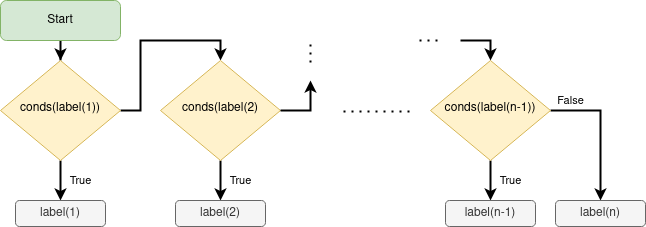
The draw.io diagram logic-based-classification/multi-label-selection.png in rparac/Thesis-Imperial-College, before a commit. Source tidied: cells renumbered, new cells last; positions are measured from the earlier drawing's top-left corner, leaving out a move shared by most shapes. Source of this version:
```xml
<mxGraphModel>
  <root>
    <mxCell id="0" />
    <mxCell id="1" parent="0" />
    <mxCell id="2" style="edgeStyle=orthogonalEdgeStyle;rounded=0;jettySize=auto;html=1;strokeWidth=2;" parent="1" edge="1" source="3" target="10">
      <mxGeometry relative="1" as="geometry" />
    </mxCell>
    <mxCell id="3" value="Start" style="rounded=1;whiteSpace=wrap;html=1;fontSize=12;glass=0;strokeWidth=1;shadow=0;fillColor=#d5e8d4;strokeColor=#82b366;" parent="1" vertex="1">
      <mxGeometry width="120" height="40" as="geometry" />
    </mxCell>
    <mxCell id="4" style="endArrow=none;dashed=1;html=1;dashPattern=1 3;strokeWidth=2;rounded=0;" parent="1" edge="1">
      <mxGeometry relative="1" as="geometry">
        <mxPoint x="343" y="111" as="sourcePoint" />
        <mxPoint x="413" y="111" as="targetPoint" />
      </mxGeometry>
    </mxCell>
    <mxCell id="5" value="True" style="edgeStyle=orthogonalEdgeStyle;rounded=0;jettySize=auto;html=1;exitX=0.5;exitY=1;exitDx=0;exitDy=0;entryX=0.5;entryY=0;entryDx=0;entryDy=0;strokeWidth=2;" parent="1" edge="1" source="7" target="18">
      <mxGeometry y="20" relative="1" as="geometry" />
    </mxCell>
    <mxCell id="6" value="&lt;div&gt;False&lt;/div&gt;" style="edgeStyle=orthogonalEdgeStyle;rounded=0;jettySize=auto;html=1;exitX=1;exitY=0.5;exitDx=0;exitDy=0;strokeWidth=2;entryX=0.5;entryY=0;entryDx=0;entryDy=0;" parent="1" edge="1" source="7" target="20">
      <mxGeometry x="-0.71" y="10" relative="1" as="geometry" />
    </mxCell>
    <mxCell id="7" value="conds(label(n-1))" style="rhombus;whiteSpace=wrap;html=1;shadow=0;fontFamily=Helvetica;fontSize=12;align=center;strokeWidth=1;spacing=6;spacingTop=-4;fillColor=#fff2cc;strokeColor=#d6b656;" parent="1" vertex="1">
      <mxGeometry x="430" y="60" width="120" height="100" as="geometry" />
    </mxCell>
    <mxCell id="8" style="edgeStyle=orthogonalEdgeStyle;rounded=0;jettySize=auto;html=1;exitX=1;exitY=0.5;exitDx=0;exitDy=0;entryX=0.5;entryY=0;entryDx=0;entryDy=0;strokeWidth=2;" parent="1" edge="1" source="10" target="12">
      <mxGeometry relative="1" as="geometry" />
    </mxCell>
    <mxCell id="9" value="&lt;div&gt;True&lt;/div&gt;" style="edgeStyle=orthogonalEdgeStyle;rounded=0;jettySize=auto;html=1;exitX=0.5;exitY=1;exitDx=0;exitDy=0;entryX=0.5;entryY=0;entryDx=0;entryDy=0;strokeWidth=2;" parent="1" edge="1" source="10" target="13">
      <mxGeometry y="20" relative="1" as="geometry" />
    </mxCell>
    <mxCell id="10" value="conds(label(1))" style="rhombus;whiteSpace=wrap;html=1;shadow=0;fontFamily=Helvetica;fontSize=12;align=center;strokeWidth=1;spacing=6;spacingTop=-4;fillColor=#fff2cc;strokeColor=#d6b656;" parent="1" vertex="1">
      <mxGeometry y="60" width="120" height="100" as="geometry" />
    </mxCell>
    <mxCell id="11" value="&lt;div&gt;True&lt;/div&gt;" style="edgeStyle=orthogonalEdgeStyle;rounded=0;jettySize=auto;html=1;exitX=0.5;exitY=1;exitDx=0;exitDy=0;entryX=0.5;entryY=0;entryDx=0;entryDy=0;strokeWidth=2;" parent="1" edge="1" source="12" target="19">
      <mxGeometry y="20" relative="1" as="geometry" />
    </mxCell>
    <mxCell id="12" value="conds(label(2)" style="rhombus;whiteSpace=wrap;html=1;shadow=0;fontFamily=Helvetica;fontSize=12;align=center;strokeWidth=1;spacing=6;spacingTop=-4;fillColor=#fff2cc;strokeColor=#d6b656;" parent="1" vertex="1">
      <mxGeometry x="160" y="60" width="120" height="100" as="geometry" />
    </mxCell>
    <mxCell id="13" value="label(1)" style="rounded=1;whiteSpace=wrap;html=1;fontSize=12;glass=0;strokeWidth=1;shadow=0;horizontal=1;verticalAlign=middle;fillColor=#f5f5f5;fontColor=#333333;strokeColor=#666666;" parent="1" vertex="1">
      <mxGeometry x="15" y="200" width="90" height="26" as="geometry" />
    </mxCell>
    <mxCell id="14" style="edgeStyle=orthogonalEdgeStyle;rounded=0;jettySize=auto;html=1;entryX=0.5;entryY=0;entryDx=0;entryDy=0;strokeWidth=2;" parent="1" edge="1" target="7">
      <mxGeometry relative="1" as="geometry">
        <mxPoint x="460" y="40" as="sourcePoint" />
      </mxGeometry>
    </mxCell>
    <mxCell id="15" style="edgeStyle=orthogonalEdgeStyle;rounded=0;orthogonalLoop=1;jettySize=auto;html=1;strokeWidth=2;" parent="1" edge="1">
      <mxGeometry relative="1" as="geometry">
        <mxPoint x="280" y="110" as="sourcePoint" />
        <mxPoint x="310" y="80" as="targetPoint" />
      </mxGeometry>
    </mxCell>
    <mxCell id="16" style="endArrow=none;dashed=1;html=1;dashPattern=1 3;strokeWidth=2;rounded=0;" parent="1" edge="1">
      <mxGeometry relative="1" as="geometry">
        <mxPoint x="310" y="44" as="sourcePoint" />
        <mxPoint x="310" y="64" as="targetPoint" />
      </mxGeometry>
    </mxCell>
    <mxCell id="17" style="endArrow=none;dashed=1;html=1;dashPattern=1 3;strokeWidth=2;rounded=0;" parent="1" edge="1">
      <mxGeometry relative="1" as="geometry">
        <mxPoint x="437" y="40" as="sourcePoint" />
        <mxPoint x="418" y="40" as="targetPoint" />
      </mxGeometry>
    </mxCell>
    <mxCell id="18" value="label(n-1)" style="rounded=1;whiteSpace=wrap;html=1;fontSize=12;glass=0;strokeWidth=1;shadow=0;horizontal=1;verticalAlign=middle;fillColor=#f5f5f5;fontColor=#333333;strokeColor=#666666;" parent="1" vertex="1">
      <mxGeometry x="445" y="200" width="90" height="26" as="geometry" />
    </mxCell>
    <mxCell id="19" value="label(2)" style="rounded=1;whiteSpace=wrap;html=1;fontSize=12;glass=0;strokeWidth=1;shadow=0;horizontal=1;verticalAlign=middle;fillColor=#f5f5f5;fontColor=#333333;strokeColor=#666666;" parent="1" vertex="1">
      <mxGeometry x="175" y="200" width="90" height="26" as="geometry" />
    </mxCell>
    <mxCell id="20" value="label(n)" style="rounded=1;whiteSpace=wrap;html=1;fontSize=12;glass=0;strokeWidth=1;shadow=0;horizontal=1;verticalAlign=middle;fillColor=#f5f5f5;fontColor=#333333;strokeColor=#666666;" parent="1" vertex="1">
      <mxGeometry x="555" y="200" width="90" height="26" as="geometry" />
    </mxCell>
  </root>
</mxGraphModel>
```
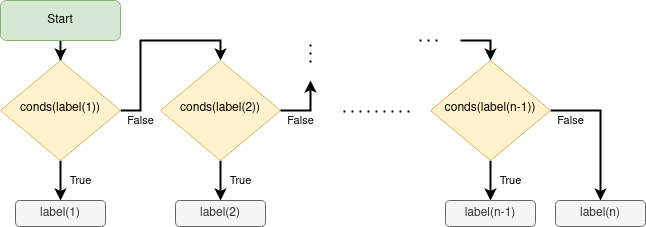
The same file after the commit.

The edit, as a diff of the source:
```diff
@@ -18,13 +18,15 @@
       <mxGeometry y="20" relative="1" as="geometry" />
     </mxCell>
     <mxCell id="6" value="&lt;div&gt;False&lt;/div&gt;" style="edgeStyle=orthogonalEdgeStyle;rounded=0;jettySize=auto;html=1;exitX=1;exitY=0.5;exitDx=0;exitDy=0;strokeWidth=2;entryX=0.5;entryY=0;entryDx=0;entryDy=0;" parent="1" edge="1" source="7" target="20">
-      <mxGeometry x="-0.71" y="10" relative="1" as="geometry" />
+      <mxGeometry x="-0.71" y="-10" relative="1" as="geometry" />
     </mxCell>
     <mxCell id="7" value="conds(label(n-1))" style="rhombus;whiteSpace=wrap;html=1;shadow=0;fontFamily=Helvetica;fontSize=12;align=center;strokeWidth=1;spacing=6;spacingTop=-4;fillColor=#fff2cc;strokeColor=#d6b656;" parent="1" vertex="1">
       <mxGeometry x="430" y="60" width="120" height="100" as="geometry" />
     </mxCell>
-    <mxCell id="8" style="edgeStyle=orthogonalEdgeStyle;rounded=0;jettySize=auto;html=1;exitX=1;exitY=0.5;exitDx=0;exitDy=0;entryX=0.5;entryY=0;entryDx=0;entryDy=0;strokeWidth=2;" parent="1" edge="1" source="10" target="12">
-      <mxGeometry relative="1" as="geometry" />
+    <mxCell id="8" value="False" style="edgeStyle=orthogonalEdgeStyle;rounded=0;jettySize=auto;html=1;exitX=1;exitY=0.5;exitDx=0;exitDy=0;entryX=0.5;entryY=0;entryDx=0;entryDy=0;strokeWidth=2;" parent="1" edge="1" source="10" target="12">
+      <mxGeometry x="-0.79" y="-10" relative="1" as="geometry">
+        <mxPoint x="-10" y="10" as="offset" />
+      </mxGeometry>
     </mxCell>
     <mxCell id="9" value="&lt;div&gt;True&lt;/div&gt;" style="edgeStyle=orthogonalEdgeStyle;rounded=0;jettySize=auto;html=1;exitX=0.5;exitY=1;exitDx=0;exitDy=0;entryX=0.5;entryY=0;entryDx=0;entryDy=0;strokeWidth=2;" parent="1" edge="1" source="10" target="13">
       <mxGeometry y="20" relative="1" as="geometry" />
@@ -35,7 +37,7 @@
     <mxCell id="11" value="&lt;div&gt;True&lt;/div&gt;" style="edgeStyle=orthogonalEdgeStyle;rounded=0;jettySize=auto;html=1;exitX=0.5;exitY=1;exitDx=0;exitDy=0;entryX=0.5;entryY=0;entryDx=0;entryDy=0;strokeWidth=2;" parent="1" edge="1" source="12" target="19">
       <mxGeometry y="20" relative="1" as="geometry" />
     </mxCell>
-    <mxCell id="12" value="conds(label(2)" style="rhombus;whiteSpace=wrap;html=1;shadow=0;fontFamily=Helvetica;fontSize=12;align=center;strokeWidth=1;spacing=6;spacingTop=-4;fillColor=#fff2cc;strokeColor=#d6b656;" parent="1" vertex="1">
+    <mxCell id="12" value="conds(label(2))" style="rhombus;whiteSpace=wrap;html=1;shadow=0;fontFamily=Helvetica;fontSize=12;align=center;strokeWidth=1;spacing=6;spacingTop=-4;fillColor=#fff2cc;strokeColor=#d6b656;" parent="1" vertex="1">
       <mxGeometry x="160" y="60" width="120" height="100" as="geometry" />
     </mxCell>
     <mxCell id="13" value="label(1)" style="rounded=1;whiteSpace=wrap;html=1;fontSize=12;glass=0;strokeWidth=1;shadow=0;horizontal=1;verticalAlign=middle;fillColor=#f5f5f5;fontColor=#333333;strokeColor=#666666;" parent="1" vertex="1">
@@ -46,8 +48,8 @@
         <mxPoint x="460" y="40" as="sourcePoint" />
       </mxGeometry>
     </mxCell>
-    <mxCell id="15" style="edgeStyle=orthogonalEdgeStyle;rounded=0;orthogonalLoop=1;jettySize=auto;html=1;strokeWidth=2;" parent="1" edge="1">
-      <mxGeometry relative="1" as="geometry">
+    <mxCell id="15" value="False" style="edgeStyle=orthogonalEdgeStyle;rounded=0;orthogonalLoop=1;jettySize=auto;html=1;strokeWidth=2;" parent="1" edge="1">
+      <mxGeometry x="-0.33" y="-10" relative="1" as="geometry">
         <mxPoint x="280" y="110" as="sourcePoint" />
         <mxPoint x="310" y="80" as="targetPoint" />
       </mxGeometry>
```
